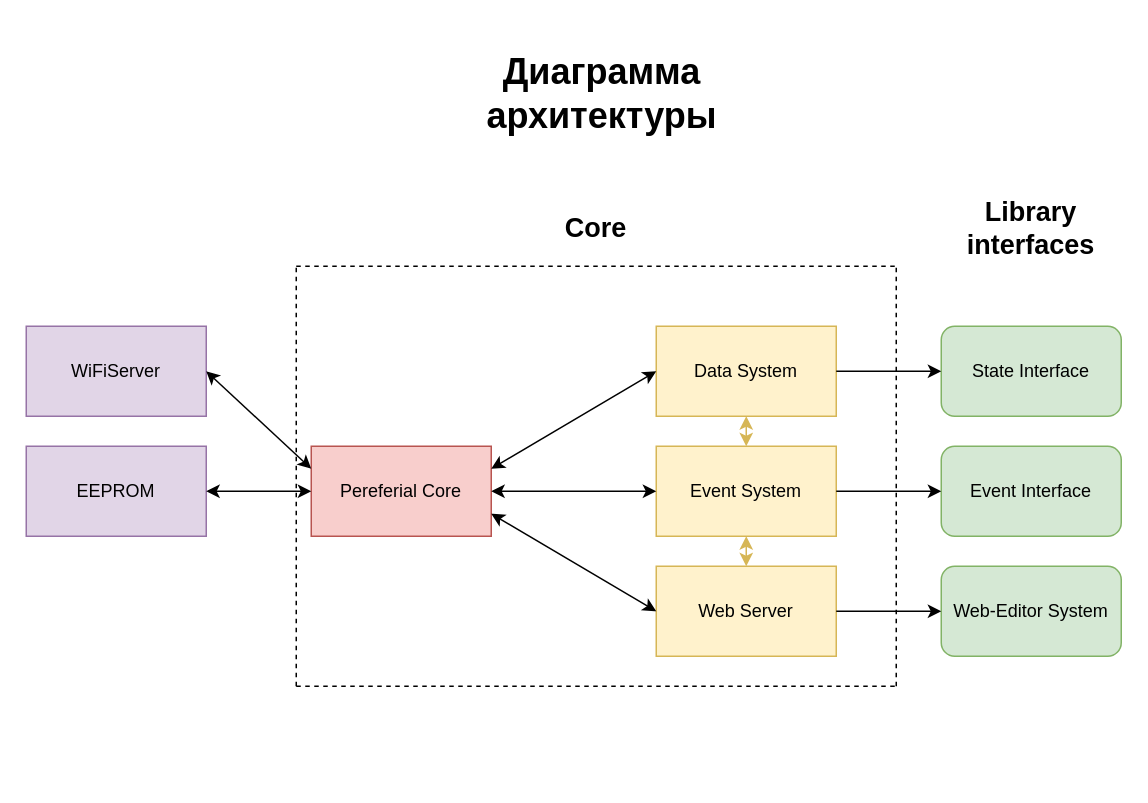
Above: docs/MainArchitecture.drawio in Lisoveliy/SVET (draw.io), before the change. Source tidied: cells renumbered, new cells numbered last; positions are measured from the earlier drawing's top-left corner, leaving out a move shared by most shapes. Both pictures are drawn from the tidied source at 150%, with x=0, y=0 at pixel (26, 70).
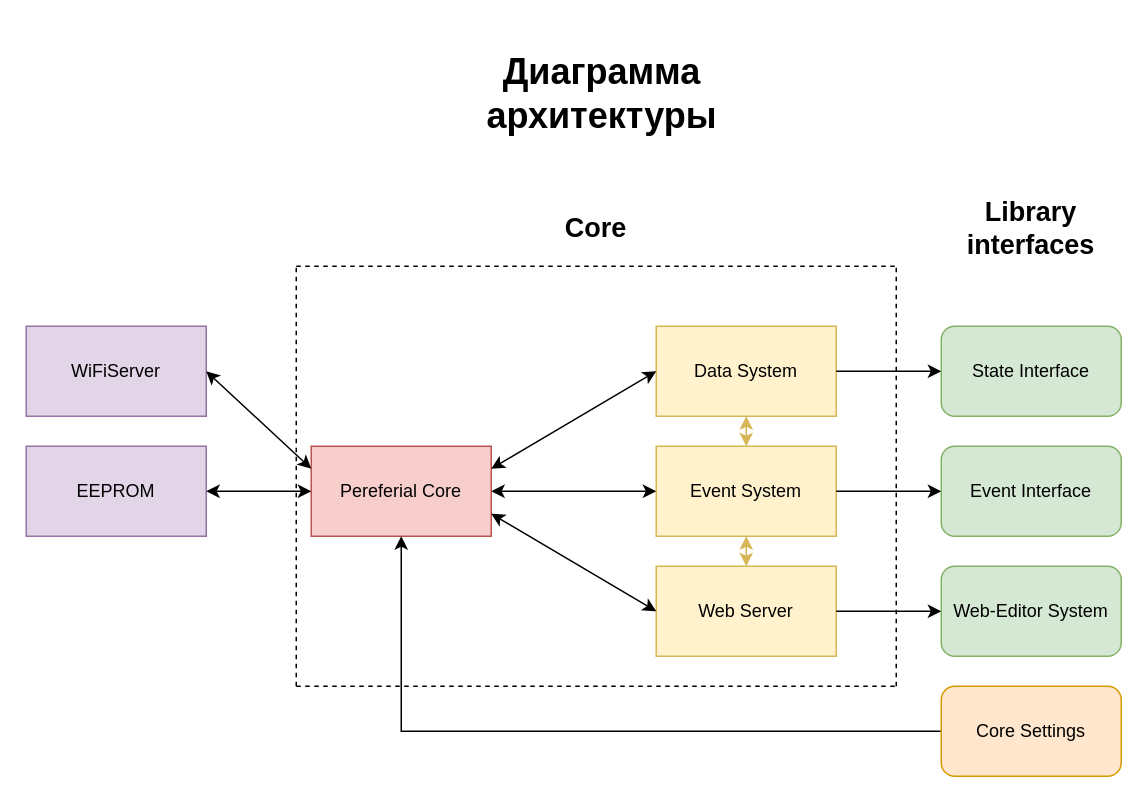
The same diagram, later.

The change refers to these unchanged cells:
```xml
<mxCell id="3" value="Pereferial Core" style="rounded=0;whiteSpace=wrap;html=1;fillColor=#f8cecc;strokeColor=#b85450;" parent="1" vertex="1">
  <mxGeometry x="190" y="250" width="120" height="60" as="geometry" />
</mxCell>
```

What changed in the source:
```diff
@@
+    <mxCell id="28" style="edgeStyle=orthogonalEdgeStyle;rounded=0;jettySize=auto;html=1;exitX=0;exitY=0.5;exitDx=0;exitDy=0;entryX=0.5;entryY=1;entryDx=0;entryDy=0;" parent="1" edge="1" source="29" target="3">
+      <mxGeometry relative="1" as="geometry" />
+    </mxCell>
+    <mxCell id="29" value="Core Settings" style="rounded=1;whiteSpace=wrap;html=1;fillColor=#ffe6cc;strokeColor=#d79b00;" parent="1" vertex="1">
+      <mxGeometry x="610" y="410" width="120" height="60" as="geometry" />
+    </mxCell>
```
